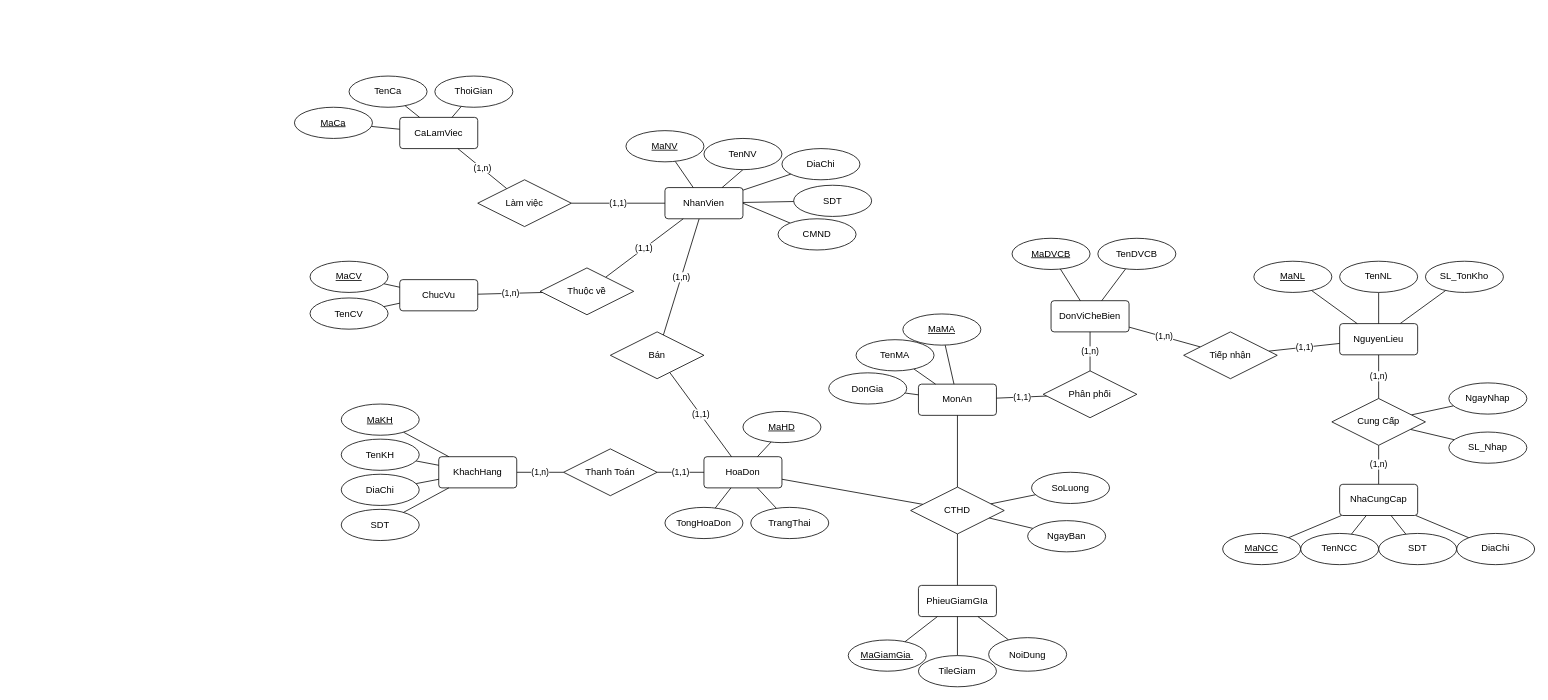
Before: PTTK HTTT/Project/ERD_Project.drawio in EdgarIgnite16/SGU-Course, a draw.io diagram. Source tidied: cells renumbered, new cells numbered last; positions are measured from the earlier drawing's top-left corner, leaving out a move shared by most shapes. Both pictures are drawn from the tidied source at 78%, with x=0, y=0 at pixel (294, 76).
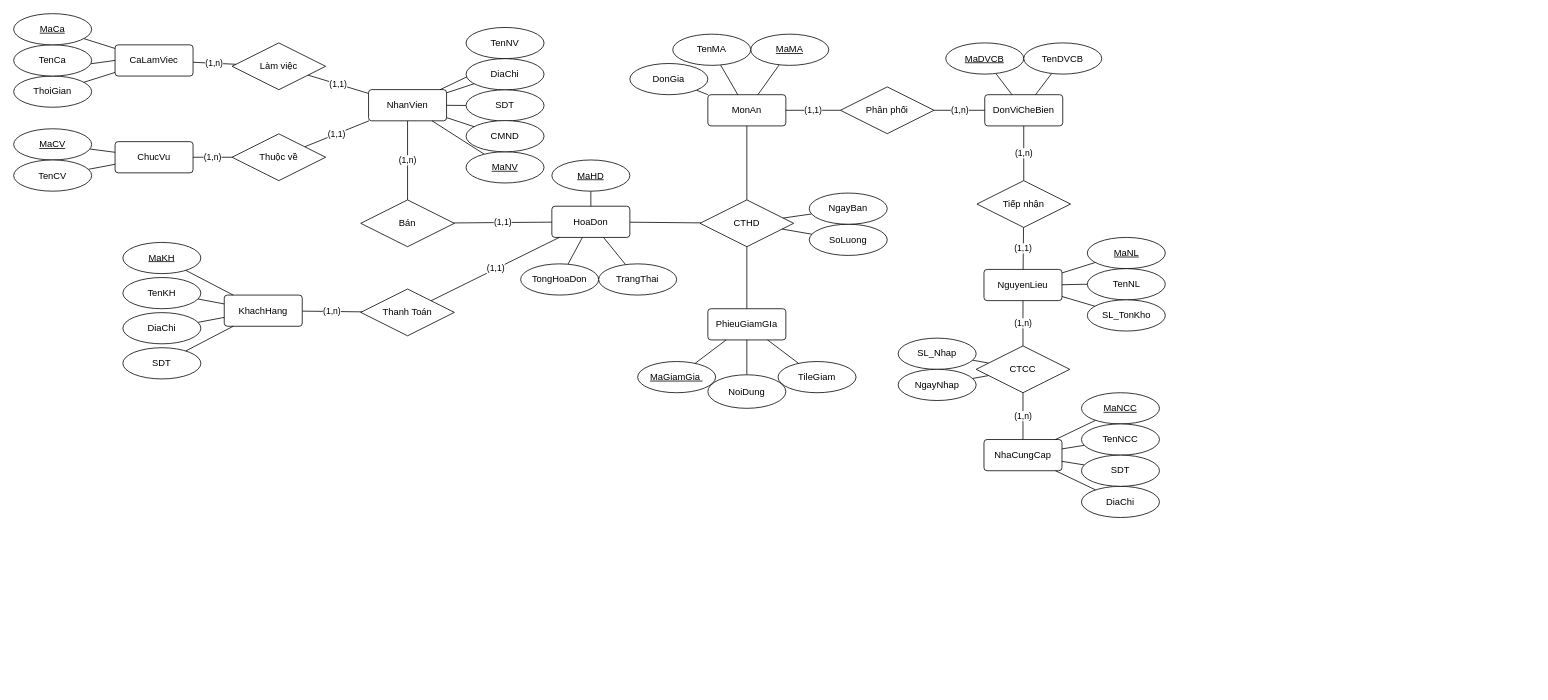
Above is the later version.

What changed in the source:
```diff
@@
     <mxCell id="4" value="NhanVien" style="rounded=1;arcSize=10;whiteSpace=wrap;html=1;align=center;" parent="1" vertex="1">
-      <mxGeometry x="475" y="143" width="100" height="40" as="geometry" />
+      <mxGeometry x="95" y="17.4" width="100" height="40" as="geometry" />
     </mxCell>
@@
     <mxCell id="6" value="ChucVu" style="rounded=1;arcSize=10;whiteSpace=wrap;html=1;align=center;" parent="1" vertex="1">
-      <mxGeometry x="135" y="261" width="100" height="40" as="geometry" />
+      <mxGeometry x="-230" y="84.1" width="100" height="40" as="geometry" />
     </mxCell>
@@
     <mxCell id="8" value="Thuộc về" style="shape=rhombus;perimeter=rhombusPerimeter;whiteSpace=wrap;html=1;align=center;" parent="1" vertex="1">
-      <mxGeometry x="315" y="246" width="120" height="60" as="geometry" />
+      <mxGeometry x="-80" y="74.1" width="120" height="60" as="geometry" />
     </mxCell>
@@
     <mxCell id="10" value="HoaDon" style="rounded=1;arcSize=10;whiteSpace=wrap;html=1;align=center;" parent="1" vertex="1">
-      <mxGeometry x="525" y="488" width="100" height="40" as="geometry" />
+      <mxGeometry x="330" y="166.9" width="100" height="40" as="geometry" />
     </mxCell>
@@
     <mxCell id="12" value="Bán" style="shape=rhombus;perimeter=rhombusPerimeter;whiteSpace=wrap;html=1;align=center;" parent="1" vertex="1">
-      <mxGeometry x="405" y="328" width="120" height="60" as="geometry" />
+      <mxGeometry x="85" y="158.8" width="120" height="60" as="geometry" />
     </mxCell>
@@
     <mxCell id="14" value="Thanh Toán" style="shape=rhombus;perimeter=rhombusPerimeter;whiteSpace=wrap;html=1;align=center;" parent="1" vertex="1">
-      <mxGeometry x="345" y="478" width="120" height="60" as="geometry" />
+      <mxGeometry x="85" y="273" width="120" height="60" as="geometry" />
     </mxCell>
@@
     <mxCell id="16" value="KhachHang" style="rounded=1;arcSize=10;whiteSpace=wrap;html=1;align=center;" parent="1" vertex="1">
-      <mxGeometry x="185" y="488" width="100" height="40" as="geometry" />
+      <mxGeometry x="-90" y="280.8" width="100" height="40" as="geometry" />
     </mxCell>
     <mxCell id="17" value="MonAn" style="rounded=1;arcSize=10;whiteSpace=wrap;html=1;align=center;" parent="1" vertex="1">
-      <mxGeometry x="800" y="395" width="100" height="40" as="geometry" />
+      <mxGeometry x="530" y="23.9" width="100" height="40" as="geometry" />
     </mxCell>
@@
     <mxCell id="19" value="CTHD" style="shape=rhombus;perimeter=rhombusPerimeter;whiteSpace=wrap;html=1;align=center;" parent="1" vertex="1">
-      <mxGeometry x="790" y="527" width="120" height="60" as="geometry" />
+      <mxGeometry x="520" y="158.8" width="120" height="60" as="geometry" />
     </mxCell>
@@
     <mxCell id="21" value="NhaCungCap" style="rounded=1;arcSize=10;whiteSpace=wrap;html=1;align=center;" parent="1" vertex="1">
-      <mxGeometry x="1340" y="523.4" width="100" height="40" as="geometry" />
+      <mxGeometry x="884" y="466" width="100" height="40" as="geometry" />
     </mxCell>
-    <mxCell id="22" style="edgeStyle=none;rounded=0;jettySize=auto;html=1;endArrow=none;endFill=0;" parent="1" edge="1" source="24" target="106">
-      <mxGeometry relative="1" as="geometry" />
-    </mxCell>
@@
     <mxCell id="24" value="NguyenLieu" style="rounded=1;arcSize=10;whiteSpace=wrap;html=1;align=center;" parent="1" vertex="1">
-      <mxGeometry x="1340" y="317.4" width="100" height="40" as="geometry" />
+      <mxGeometry x="884" y="247.9" width="100" height="40" as="geometry" />
     </mxCell>
     <mxCell id="25" value="CaLamViec" style="rounded=1;arcSize=10;whiteSpace=wrap;html=1;align=center;" parent="1" vertex="1">
-      <mxGeometry x="135" y="53" width="100" height="40" as="geometry" />
+      <mxGeometry x="-230" y="-40" width="100" height="40" as="geometry" />
     </mxCell>
@@
     <mxCell id="27" value="Làm việc" style="shape=rhombus;perimeter=rhombusPerimeter;whiteSpace=wrap;html=1;align=center;" parent="1" vertex="1">
-      <mxGeometry x="235" y="133" width="120" height="60" as="geometry" />
+      <mxGeometry x="-80" y="-42.5" width="120" height="60" as="geometry" />
     </mxCell>
@@
     <mxCell id="29" value="MaCV" style="ellipse;whiteSpace=wrap;html=1;align=center;fontStyle=4;" parent="1" vertex="1">
-      <mxGeometry x="20" y="237.4" width="100" height="40" as="geometry" />
+      <mxGeometry x="-360" y="67.6" width="100" height="40" as="geometry" />
     </mxCell>
@@
     <mxCell id="31" value="TenCV" style="ellipse;whiteSpace=wrap;html=1;align=center;" parent="1" vertex="1">
-      <mxGeometry x="20" y="284.5" width="100" height="40" as="geometry" />
+      <mxGeometry x="-360" y="107.6" width="100" height="40" as="geometry" />
     </mxCell>
@@
     <mxCell id="33" value="ThoiGian" style="ellipse;whiteSpace=wrap;html=1;align=center;" parent="1" vertex="1">
-      <mxGeometry x="180" width="100" height="40" as="geometry" />
+      <mxGeometry x="-360" width="100" height="40" as="geometry" />
     </mxCell>
@@
     <mxCell id="35" value="TenCa" style="ellipse;whiteSpace=wrap;html=1;align=center;" parent="1" vertex="1">
-      <mxGeometry x="70" width="100" height="40" as="geometry" />
+      <mxGeometry x="-360" y="-40" width="100" height="40" as="geometry" />
     </mxCell>
@@
     <mxCell id="37" value="TenNV" style="ellipse;whiteSpace=wrap;html=1;align=center;" parent="1" vertex="1">
-      <mxGeometry x="525" y="80" width="100" height="40" as="geometry" />
+      <mxGeometry x="220" y="-62.3" width="100" height="40" as="geometry" />
     </mxCell>
@@
     <mxCell id="39" value="MaNV" style="ellipse;whiteSpace=wrap;html=1;align=center;fontStyle=4;" parent="1" vertex="1">
-      <mxGeometry x="425" y="70" width="100" height="40" as="geometry" />
+      <mxGeometry x="220" y="97.1" width="100" height="40" as="geometry" />
     </mxCell>
@@
     <mxCell id="41" value="DiaChi" style="ellipse;whiteSpace=wrap;html=1;align=center;" parent="1" vertex="1">
-      <mxGeometry x="625" y="93" width="100" height="40" as="geometry" />
+      <mxGeometry x="220" y="-22.3" width="100" height="40" as="geometry" />
     </mxCell>
@@
     <mxCell id="43" value="SDT" style="ellipse;whiteSpace=wrap;html=1;align=center;" parent="1" vertex="1">
-      <mxGeometry x="640" y="140" width="100" height="40" as="geometry" />
+      <mxGeometry x="220" y="17.7" width="100" height="40" as="geometry" />
     </mxCell>
@@
     <mxCell id="45" value="MaKH" style="ellipse;whiteSpace=wrap;html=1;align=center;fontStyle=4;" parent="1" vertex="1">
-      <mxGeometry x="60" y="420.5" width="100" height="40" as="geometry" />
+      <mxGeometry x="-220" y="213.3" width="100" height="40" as="geometry" />
     </mxCell>
@@
     <mxCell id="47" value="TenKH" style="ellipse;whiteSpace=wrap;html=1;align=center;" parent="1" vertex="1">
-      <mxGeometry x="60" y="465.5" width="100" height="40" as="geometry" />
+      <mxGeometry x="-220" y="258.3" width="100" height="40" as="geometry" />
     </mxCell>
@@
     <mxCell id="49" value="DiaChi" style="ellipse;whiteSpace=wrap;html=1;align=center;" parent="1" vertex="1">
-      <mxGeometry x="60" y="510.5" width="100" height="40" as="geometry" />
+      <mxGeometry x="-220" y="303.3" width="100" height="40" as="geometry" />
     </mxCell>
@@
     <mxCell id="51" value="SDT" style="ellipse;whiteSpace=wrap;html=1;align=center;" parent="1" vertex="1">
-      <mxGeometry x="60" y="555.5" width="100" height="40" as="geometry" />
+      <mxGeometry x="-220" y="348.3" width="100" height="40" as="geometry" />
     </mxCell>
@@
     <mxCell id="53" value="SoLuong" style="ellipse;whiteSpace=wrap;html=1;align=center;" parent="1" vertex="1">
-      <mxGeometry x="945" y="508" width="100" height="40" as="geometry" />
+      <mxGeometry x="660" y="190" width="100" height="40" as="geometry" />
     </mxCell>
@@
     <mxCell id="55" value="NgayBan" style="ellipse;whiteSpace=wrap;html=1;align=center;" parent="1" vertex="1">
-      <mxGeometry x="940" y="570" width="100" height="40" as="geometry" />
+      <mxGeometry x="660" y="150" width="100" height="40" as="geometry" />
     </mxCell>
-    <mxCell id="56" style="rounded=0;jettySize=auto;html=1;endArrow=none;endFill=0;" parent="1" edge="1" source="57" target="21">
+    <mxCell id="56" style="edgeStyle=none;rounded=0;jettySize=auto;html=1;endArrow=none;endFill=0;" parent="1" edge="1" source="57" target="21">
       <mxGeometry relative="1" as="geometry" />
     </mxCell>
     <mxCell id="57" value="MaNCC" style="ellipse;whiteSpace=wrap;html=1;align=center;fontStyle=4;" parent="1" vertex="1">
-      <mxGeometry x="1190" y="586.4" width="100" height="40" as="geometry" />
+      <mxGeometry x="1009" y="406" width="100" height="40" as="geometry" />
     </mxCell>
@@
     <mxCell id="59" value="TenNCC" style="ellipse;whiteSpace=wrap;html=1;align=center;" parent="1" vertex="1">
-      <mxGeometry x="1290" y="586.4" width="100" height="40" as="geometry" />
+      <mxGeometry x="1009" y="446" width="100" height="40" as="geometry" />
     </mxCell>
@@
     <mxCell id="61" value="DiaChi" style="ellipse;whiteSpace=wrap;html=1;align=center;" parent="1" vertex="1">
-      <mxGeometry x="1490" y="586.4" width="100" height="40" as="geometry" />
+      <mxGeometry x="1009" y="526" width="100" height="40" as="geometry" />
     </mxCell>
@@
     <mxCell id="63" value="SDT" style="ellipse;whiteSpace=wrap;html=1;align=center;" parent="1" vertex="1">
-      <mxGeometry x="1390" y="586.4" width="100" height="40" as="geometry" />
+      <mxGeometry x="1009" y="486" width="100" height="40" as="geometry" />
     </mxCell>
@@
     <mxCell id="65" value="MaMA" style="ellipse;whiteSpace=wrap;html=1;align=center;fontStyle=4;" parent="1" vertex="1">
-      <mxGeometry x="780" y="305" width="100" height="40" as="geometry" />
+      <mxGeometry x="585" y="-53.7" width="100" height="40" as="geometry" />
     </mxCell>
@@
     <mxCell id="67" value="TenMA" style="ellipse;whiteSpace=wrap;html=1;align=center;" parent="1" vertex="1">
-      <mxGeometry x="720" y="338" width="100" height="40" as="geometry" />
+      <mxGeometry x="485" y="-53.7" width="100" height="40" as="geometry" />
     </mxCell>
@@
     <mxCell id="69" value="MaNL" style="ellipse;whiteSpace=wrap;html=1;align=center;fontStyle=4;" parent="1" vertex="1">
-      <mxGeometry x="1230" y="237.4" width="100" height="40" as="geometry" />
+      <mxGeometry x="1016.5" y="206.9" width="100" height="40" as="geometry" />
     </mxCell>
@@
     <mxCell id="71" value="TenNL" style="ellipse;whiteSpace=wrap;html=1;align=center;" parent="1" vertex="1">
-      <mxGeometry x="1340" y="237.4" width="100" height="40" as="geometry" />
+      <mxGeometry x="1016.5" y="246.9" width="100" height="40" as="geometry" />
     </mxCell>
-    <mxCell id="72" style="edgeStyle=none;rounded=0;jettySize=auto;html=1;endArrow=none;endFill=0;" parent="1" edge="1" target="10">
-      <mxGeometry relative="1" as="geometry">
-        <mxPoint x="622.6" y="456.8" as="sourcePoint" />
-      </mxGeometry>
+    <mxCell id="72" style="edgeStyle=none;rounded=0;jettySize=auto;html=1;endArrow=none;endFill=0;" parent="1" edge="1" source="98" target="10">
+      <mxGeometry relative="1" as="geometry" />
     </mxCell>
@@
     <mxCell id="74" value="DonGia" style="ellipse;whiteSpace=wrap;html=1;align=center;" parent="1" vertex="1">
-      <mxGeometry x="685" y="380.5" width="100" height="40" as="geometry" />
+      <mxGeometry x="430" y="-16.1" width="100" height="40" as="geometry" />
     </mxCell>
-    <mxCell id="75" style="edgeStyle=none;rounded=0;jettySize=auto;html=1;entryX=1;entryY=0.5;entryDx=0;entryDy=0;endArrow=none;endFill=0;" parent="1" edge="1" source="76" target="4">
+    <mxCell id="75" style="edgeStyle=none;rounded=0;jettySize=auto;html=1;endArrow=none;endFill=0;" parent="1" edge="1" source="76" target="4">
       <mxGeometry relative="1" as="geometry" />
     </mxCell>
     <mxCell id="76" value="CMND" style="ellipse;whiteSpace=wrap;html=1;align=center;" parent="1" vertex="1">
-      <mxGeometry x="620" y="183" width="100" height="40" as="geometry" />
+      <mxGeometry x="220" y="57.1" width="100" height="40" as="geometry" />
     </mxCell>
@@
     <mxCell id="78" value="MaCa" style="ellipse;whiteSpace=wrap;html=1;align=center;fontStyle=4;" parent="1" vertex="1">
-      <mxGeometry y="40" width="100" height="40" as="geometry" />
+      <mxGeometry x="-360" y="-80" width="100" height="40" as="geometry" />
     </mxCell>
     <mxCell id="79" style="edgeStyle=none;rounded=0;orthogonalLoop=1;jettySize=auto;html=1;exitX=0.75;exitY=1;exitDx=0;exitDy=0;endArrow=none;endFill=0;" parent="1" edge="1">
       <mxGeometry relative="1" as="geometry">
-        <mxPoint x="1105" y="670.1" as="sourcePoint" />
-        <mxPoint x="1105" y="670.1" as="targetPoint" />
+        <mxPoint x="1024" y="328.5" as="sourcePoint" />
+        <mxPoint x="1024" y="328.5" as="targetPoint" />
       </mxGeometry>
     </mxCell>
     <mxCell id="80" style="edgeStyle=none;rounded=0;orthogonalLoop=1;jettySize=auto;html=1;exitX=0.5;exitY=1;exitDx=0;exitDy=0;endArrow=none;endFill=0;" parent="1" edge="1">
       <mxGeometry relative="1" as="geometry">
-        <mxPoint x="1490" y="397.4" as="sourcePoint" />
-        <mxPoint x="1490" y="397.4" as="targetPoint" />
+        <mxPoint x="974" y="335" as="sourcePoint" />
+        <mxPoint x="974" y="335" as="targetPoint" />
       </mxGeometry>
     </mxCell>
@@
     <mxCell id="82" value="DonViCheBien" style="rounded=1;arcSize=10;whiteSpace=wrap;html=1;align=center;" parent="1" vertex="1">
-      <mxGeometry x="970" y="288" width="100" height="40" as="geometry" />
+      <mxGeometry x="885" y="23.9" width="100" height="40" as="geometry" />
     </mxCell>
@@
     <mxCell id="85" value="Phân phối" style="shape=rhombus;perimeter=rhombusPerimeter;whiteSpace=wrap;html=1;align=center;" parent="1" vertex="1">
-      <mxGeometry x="960" y="378" width="120" height="60" as="geometry" />
+      <mxGeometry x="700" y="13.9" width="120" height="60" as="geometry" />
     </mxCell>
@@
     <mxCell id="87" value="MaDVCB" style="ellipse;whiteSpace=wrap;html=1;align=center;fontStyle=4;" parent="1" vertex="1">
-      <mxGeometry x="920" y="208" width="100" height="40" as="geometry" />
+      <mxGeometry x="835" y="-42.5" width="100" height="40" as="geometry" />
     </mxCell>
@@
     <mxCell id="89" value="TenDVCB" style="ellipse;whiteSpace=wrap;html=1;align=center;" parent="1" vertex="1">
-      <mxGeometry x="1030" y="208" width="100" height="40" as="geometry" />
+      <mxGeometry x="935" y="-42.5" width="100" height="40" as="geometry" />
     </mxCell>
@@
     <mxCell id="91" value="PhieuGiamGIa" style="rounded=1;arcSize=10;whiteSpace=wrap;html=1;align=center;" parent="1" vertex="1">
-      <mxGeometry x="800" y="653" width="100" height="40" as="geometry" />
+      <mxGeometry x="530" y="298.3" width="100" height="40" as="geometry" />
     </mxCell>
@@
     <mxCell id="93" value="MaGiamGia&amp;nbsp;" style="ellipse;whiteSpace=wrap;html=1;align=center;fontStyle=4;" parent="1" vertex="1">
-      <mxGeometry x="710" y="723" width="100" height="40" as="geometry" />
+      <mxGeometry x="440" y="366" width="100" height="40" as="geometry" />
     </mxCell>
@@
     <mxCell id="95" value="NoiDung" style="ellipse;whiteSpace=wrap;html=1;align=center;" parent="1" vertex="1">
-      <mxGeometry x="890" y="720" width="100" height="43" as="geometry" />
+      <mxGeometry x="530" y="383" width="100" height="43" as="geometry" />
     </mxCell>
-    <mxCell id="96" style="edgeStyle=none;rounded=0;jettySize=auto;html=1;entryX=0.5;entryY=1;entryDx=0;entryDy=0;endArrow=none;endFill=0;" parent="1" edge="1" source="97" target="91">
+    <mxCell id="96" style="edgeStyle=none;rounded=0;jettySize=auto;html=1;endArrow=none;endFill=0;" parent="1" edge="1" source="97" target="91">
       <mxGeometry relative="1" as="geometry" />
     </mxCell>
     <mxCell id="97" value="TileGiam" style="ellipse;whiteSpace=wrap;html=1;align=center;" parent="1" vertex="1">
-      <mxGeometry x="800" y="743" width="100" height="40" as="geometry" />
+      <mxGeometry x="620" y="366" width="100" height="40" as="geometry" />
     </mxCell>
     <mxCell id="98" value="MaHD" style="ellipse;whiteSpace=wrap;html=1;align=center;fontStyle=4;" parent="1" vertex="1">
-      <mxGeometry x="575" y="430" width="100" height="40" as="geometry" />
+      <mxGeometry x="330" y="107.6" width="100" height="40" as="geometry" />
     </mxCell>
@@
     <mxCell id="100" value="TongHoaDon" style="ellipse;whiteSpace=wrap;html=1;align=center;" parent="1" vertex="1">
-      <mxGeometry x="475" y="553" width="100" height="40" as="geometry" />
+      <mxGeometry x="290" y="240.8" width="100" height="40" as="geometry" />
     </mxCell>
@@
     <mxCell id="102" value="TrangThai" style="ellipse;whiteSpace=wrap;html=1;align=center;" parent="1" vertex="1">
-      <mxGeometry x="585" y="553" width="100" height="40" as="geometry" />
+      <mxGeometry x="390" y="240.8" width="100" height="40" as="geometry" />
     </mxCell>
@@
-    <mxCell id="105" value="Cung Cấp" style="shape=rhombus;perimeter=rhombusPerimeter;whiteSpace=wrap;html=1;align=center;" parent="1" vertex="1">
-      <mxGeometry x="1330" y="413.4" width="120" height="60" as="geometry" />
+    <mxCell id="105" value="CTCC" style="shape=rhombus;perimeter=rhombusPerimeter;whiteSpace=wrap;html=1;align=center;" parent="1" vertex="1">
+      <mxGeometry x="874" y="346" width="120" height="60" as="geometry" />
     </mxCell>
+    <mxCell id="111" style="edgeStyle=none;rounded=0;jettySize=auto;html=1;endArrow=none;endFill=0;" parent="1" edge="1" source="106" target="24">
+      <mxGeometry relative="1" as="geometry" />
+    </mxCell>
     <mxCell id="106" value="SL_TonKho" style="ellipse;whiteSpace=wrap;html=1;align=center;" parent="1" vertex="1">
-      <mxGeometry x="1450" y="237.4" width="100" height="40" as="geometry" />
+      <mxGeometry x="1016.5" y="286.9" width="100" height="40" as="geometry" />
     </mxCell>
@@
     <mxCell id="108" value="Tiếp nhận" style="shape=rhombus;perimeter=rhombusPerimeter;whiteSpace=wrap;html=1;align=center;" parent="1" vertex="1">
-      <mxGeometry x="1140" y="328" width="120" height="60" as="geometry" />
+      <mxGeometry x="875" y="134.1" width="120" height="60" as="geometry" />
     </mxCell>
     <mxCell id="109" value="SL_Nhap" style="ellipse;whiteSpace=wrap;html=1;align=center;" parent="1" vertex="1">
-      <mxGeometry x="1480" y="456.4" width="100" height="40" as="geometry" />
+      <mxGeometry x="774" y="336" width="100" height="40" as="geometry" />
     </mxCell>
     <mxCell id="110" value="NgayNhap" style="ellipse;whiteSpace=wrap;html=1;align=center;" parent="1" vertex="1">
-      <mxGeometry x="1480" y="393.4" width="100" height="40" as="geometry" />
+      <mxGeometry x="774" y="376" width="100" height="40" as="geometry" />
     </mxCell>
```
